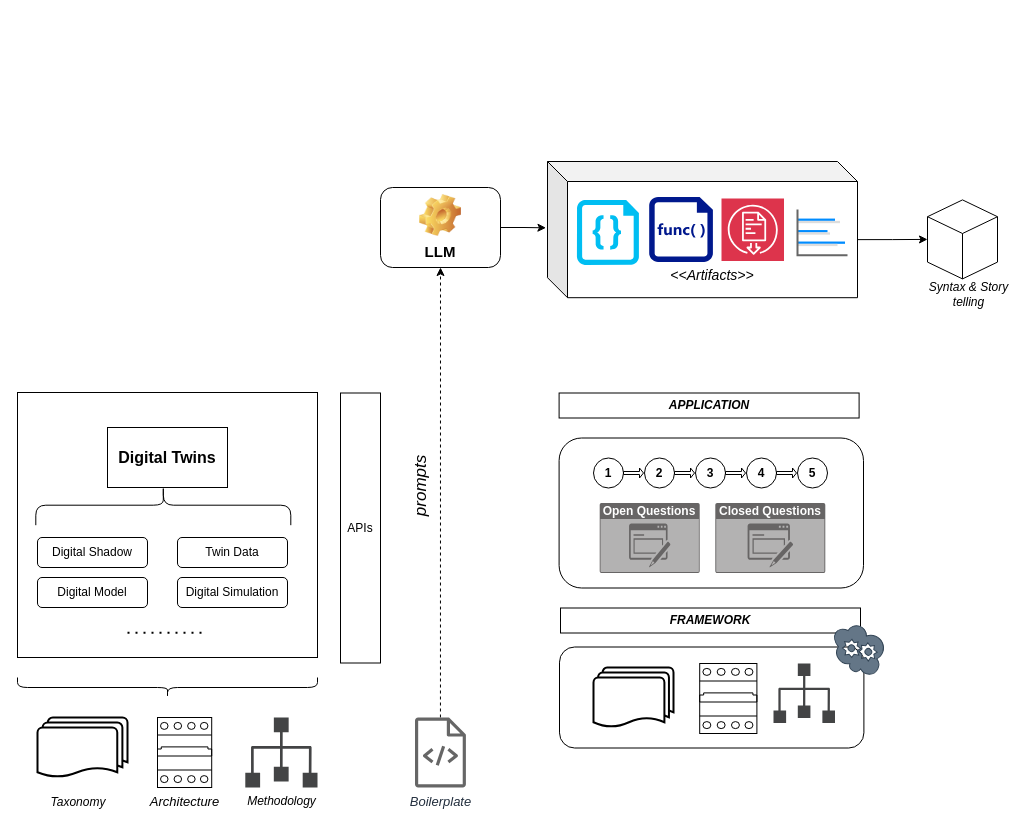
scrodrig/Diagrams keeps this draw.io diagram as drawio/mams/dd-twins/DDTwins_Architecture.drawio. Above is the earlier version. Source tidied: cells renumbered, new cells numbered last; positions are measured from the earlier drawing's top-left corner, leaving out a move shared by most shapes. Both pictures are drawn from the tidied source at 100%, with x=0, y=0 at pixel (17, 161).
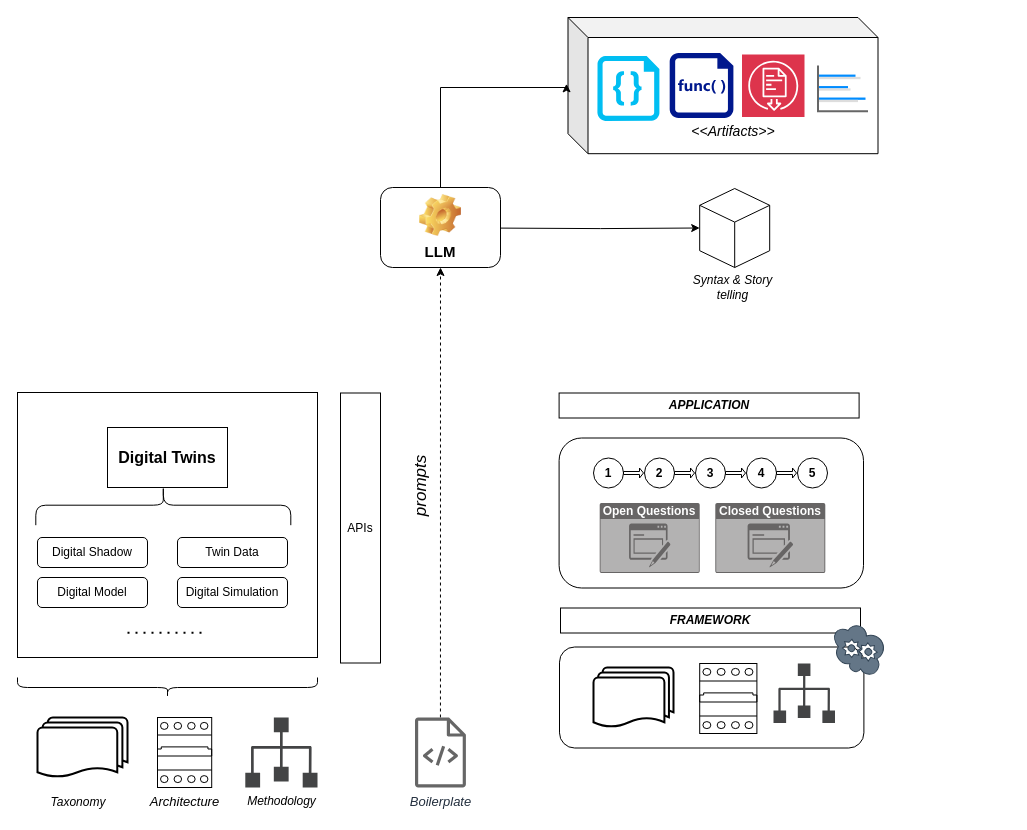
After the change.

Unchanged cells that the change refers to:
```xml
<mxCell id="15" value="&lt;font style=&quot;font-size: 15px;&quot;&gt;LLM&lt;/font&gt;" style="label;whiteSpace=wrap;html=1;align=center;verticalAlign=bottom;spacingLeft=0;spacingBottom=4;imageAlign=center;imageVerticalAlign=top;image=img/clipart/Gear_128x128.png;" parent="1" vertex="1">
  <mxGeometry x="363" y="26" width="120" height="80" as="geometry" />
</mxCell>
<mxCell id="44" value="&lt;i&gt;&lt;br&gt;&lt;br&gt;&lt;br&gt;&lt;br&gt;&lt;br&gt;&lt;font style=&quot;font-size: 14px;&quot;&gt;&amp;lt;&amp;lt;Artifacts&amp;gt;&amp;gt;&lt;/font&gt;&lt;/i&gt;" style="shape=cube;whiteSpace=wrap;html=1;boundedLbl=1;backgroundOutline=1;darkOpacity=0.05;darkOpacity2=0.1;" parent="43" vertex="1">
  <mxGeometry width="310" height="136.2" as="geometry" />
</mxCell>
```

Change to the diagram source:
```diff
@@
     <mxCell id="21" style="html=1;shape=mxgraph.basic.isocube;isoAngle=15;" parent="1" vertex="1">
-      <mxGeometry x="910" y="38.4" width="70" height="79" as="geometry" />
+      <mxGeometry x="682.2" y="27" width="70" height="79" as="geometry" />
     </mxCell>
     <mxCell id="22" value="Syntax &amp;amp; Story telling" style="text;html=1;strokeColor=none;fillColor=none;align=center;verticalAlign=middle;whiteSpace=wrap;rounded=0;fontStyle=2;" parent="1" vertex="1">
-      <mxGeometry x="910" y="123.2" width="82.5" height="20" as="geometry" />
+      <mxGeometry x="673.5" y="116" width="82.5" height="20" as="geometry" />
     </mxCell>
@@
     <mxCell id="43" style="group;" parent="1" vertex="1">
-      <mxGeometry x="530" width="320" height="136.2" as="geometry" />
+      <mxGeometry x="550.5" y="-144" width="320" height="136.2" as="geometry" />
     </mxCell>
@@
     <mxCell id="49" style="edgeStyle=orthogonalEdgeStyle;rounded=0;jettySize=auto;html=1;entryX=-0.005;entryY=0.487;entryDx=0;entryDy=0;entryPerimeter=0;" parent="1" edge="1" source="15" target="44">
-      <mxGeometry relative="1" as="geometry" />
+      <mxGeometry relative="1" as="geometry">
+        <Array as="points">
+          <mxPoint x="423" y="-74" />
+          <mxPoint x="549" y="-74" />
+        </Array>
+      </mxGeometry>
     </mxCell>
-    <mxCell id="50" style="edgeStyle=orthogonalEdgeStyle;rounded=0;jettySize=auto;html=1;exitX=0;exitY=0;exitDx=310;exitDy=78.125;exitPerimeter=0;" parent="1" edge="1" source="44" target="21">
-      <mxGeometry relative="1" as="geometry" />
+    <mxCell id="50" style="edgeStyle=orthogonalEdgeStyle;rounded=0;jettySize=auto;html=1;" parent="1" edge="1" target="21">
+      <mxGeometry relative="1" as="geometry">
+        <mxPoint x="483" y="66.6" as="sourcePoint" />
+      </mxGeometry>
     </mxCell>
```
